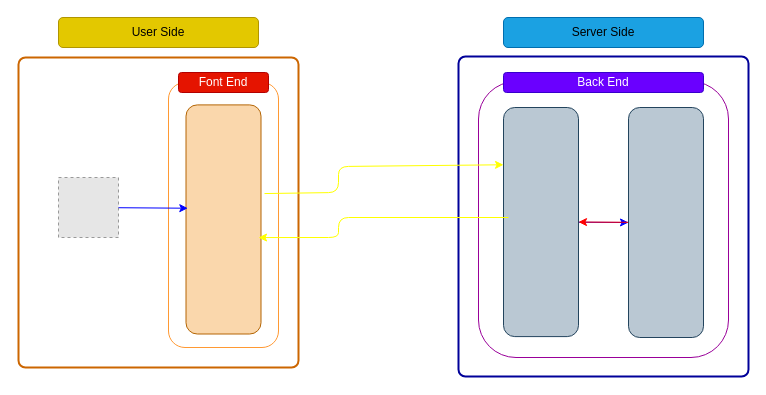
This is proposal/submission/sec01/stakeholder/diagram/system_archi.drawio from drshahizan/software-engineering, a draw.io file, before an edit. Source tidied: cells renumbered, new cells numbered last; positions are measured from the earlier drawing's top-left corner, leaving out a move shared by most shapes. Both pictures are drawn from the tidied source at 100%, with x=0, y=0 at pixel (18, 17). Pictures stored in the file or linked from it are replaced by grey dashed boxes.
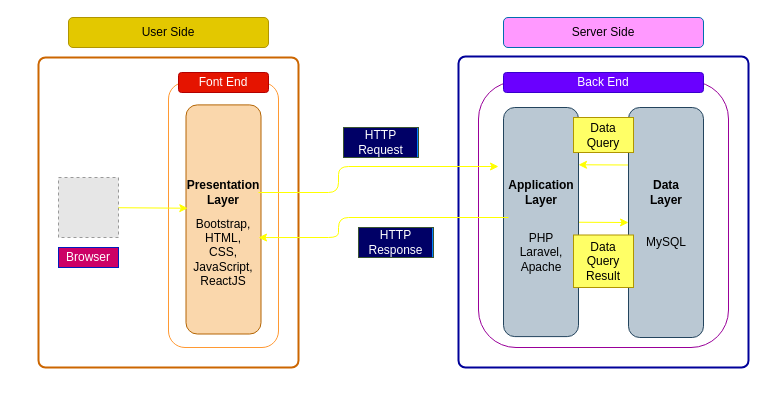
The same page after the edit.

Unchanged cells that the change refers to:
```xml
<mxCell id="3" style="fillColor=#E6E6E6;strokeColor=#999999;dashed=1;verticalLabelPosition=bottom;labelBackgroundColor=default;verticalAlign=top;" parent="1" vertex="1">
  <mxGeometry x="40" y="160" width="60" height="60" as="geometry" />
</mxCell>
<mxCell id="10" style="rounded=1;whiteSpace=wrap;html=1;fillColor=#bac8d3;strokeColor=#23445d;" parent="1" vertex="1">
  <mxGeometry x="485" y="90" width="75" height="229.1" as="geometry" />
</mxCell>
<mxCell id="12" style="rounded=1;whiteSpace=wrap;html=1;fillColor=#bac8d3;strokeColor=#23445d;" parent="1" vertex="1">
  <mxGeometry x="610" y="90" width="75" height="230" as="geometry" />
</mxCell>
```

Diff of the diagram source:
```diff
@@
     <mxCell id="2" style="rounded=1;whiteSpace=wrap;html=1;absoluteArcSize=1;arcSize=14;strokeWidth=2;fillColor=none;strokeColor=#CC6600;" parent="1" vertex="1">
-      <mxGeometry y="40" width="280" height="310" as="geometry" />
+      <mxGeometry x="20" y="40" width="260" height="310" as="geometry" />
     </mxCell>
@@
     <mxCell id="4" style="rounded=1;whiteSpace=wrap;html=1;absoluteArcSize=1;arcSize=14;strokeWidth=2;fillColor=none;strokeColor=#000099;" parent="1" vertex="1">
-      <mxGeometry x="440" y="39" width="290" height="320" as="geometry" />
+      <mxGeometry x="440" y="39" width="290" height="311" as="geometry" />
     </mxCell>
     <mxCell id="5" style="rounded=1;whiteSpace=wrap;html=1;strokeColor=#990099;" parent="1" vertex="1">
-      <mxGeometry x="460" y="64" width="250" height="276" as="geometry" />
+      <mxGeometry x="460" y="64" width="250" height="266" as="geometry" />
     </mxCell>
@@
-    <mxCell id="9" style="edgeStyle=none;html=1;entryX=0;entryY=0.5;entryDx=0;entryDy=0;strokeColor=#0000FF;fontColor=#000000;" parent="1" edge="1" source="10" target="12">
+    <mxCell id="9" style="edgeStyle=none;html=1;entryX=0;entryY=0.5;entryDx=0;entryDy=0;strokeColor=#FFFF00;fontColor=#000000;" parent="1" edge="1" source="10" target="12">
       <mxGeometry relative="1" as="geometry" />
     </mxCell>
@@
-    <mxCell id="11" style="edgeStyle=none;html=1;entryX=1;entryY=0.5;entryDx=0;entryDy=0;strokeColor=#FF0000;fontColor=#000000;" parent="1" edge="1" source="12" target="10">
+    <mxCell id="11" style="edgeStyle=none;html=1;entryX=1;entryY=0.25;entryDx=0;entryDy=0;strokeColor=#FFFF00;fontColor=#000000;exitX=0;exitY=0.25;exitDx=0;exitDy=0;" parent="1" edge="1" source="12" target="10">
       <mxGeometry relative="1" as="geometry" />
     </mxCell>
@@
-    <mxCell id="13" value="&lt;font color=&quot;#000000&quot;&gt;Server Side&lt;/font&gt;" style="rounded=1;whiteSpace=wrap;html=1;fillColor=#1ba1e2;strokeColor=#006EAF;fontColor=#ffffff;" parent="1" vertex="1">
+    <mxCell id="13" value="&lt;font&gt;Server Side&lt;/font&gt;" style="rounded=1;whiteSpace=wrap;html=1;fillColor=#FF99FF;strokeColor=#006EAF;fontColor=#000000;" parent="1" vertex="1">
       <mxGeometry x="485" width="200" height="30" as="geometry" />
     </mxCell>
     <mxCell id="14" value="User Side" style="rounded=1;whiteSpace=wrap;html=1;fillColor=#e3c800;strokeColor=#B09500;fontColor=#000000;" parent="1" vertex="1">
-      <mxGeometry x="40" width="200" height="30" as="geometry" />
+      <mxGeometry x="50" width="200" height="30" as="geometry" />
     </mxCell>
-    <mxCell id="15" style="rounded=1;whiteSpace=wrap;html=1;fillColor=#fad7ac;strokeColor=#b46504;" parent="1" vertex="1">
+    <mxCell id="15" value="&lt;font color=&quot;#000000&quot;&gt;&lt;br&gt;&lt;/font&gt;" style="rounded=1;whiteSpace=wrap;html=1;fillColor=#fad7ac;strokeColor=#b46504;" parent="1" vertex="1">
       <mxGeometry x="167.5" y="87.4" width="75" height="229.1" as="geometry" />
     </mxCell>
-    <mxCell id="16" style="edgeStyle=none;html=1;fontColor=#000000;entryX=0.024;entryY=0.451;entryDx=0;entryDy=0;entryPerimeter=0;strokeColor=#0000FF;" parent="1" edge="1" source="3" target="15">
+    <mxCell id="16" style="edgeStyle=none;html=1;fontColor=#000000;entryX=0.024;entryY=0.451;entryDx=0;entryDy=0;entryPerimeter=0;strokeColor=#FFFF00;" parent="1" edge="1" source="3" target="15">
       <mxGeometry relative="1" as="geometry" />
     </mxCell>
-    <mxCell id="17" style="endArrow=classic;html=1;entryX=0;entryY=0.25;entryDx=0;entryDy=0;exitX=1.047;exitY=0.387;exitDx=0;exitDy=0;exitPerimeter=0;strokeColor=#FFFF00;" parent="1" edge="1" source="15" target="10">
+    <mxCell id="17" style="endArrow=classic;html=1;strokeColor=#FFFF00;" parent="1" edge="1">
       <mxGeometry relative="1" as="geometry">
+        <mxPoint x="240" y="175" as="sourcePoint" />
+        <mxPoint x="480" y="149" as="targetPoint" />
         <Array as="points">
           <mxPoint x="320" y="175" />
           <mxPoint x="320" y="149" />
         </Array>
       </mxGeometry>
     </mxCell>
@@
+    <mxCell id="19" value="Browser" style="text;html=1;strokeColor=#001DBC;fillColor=#CC0066;align=center;verticalAlign=middle;whiteSpace=wrap;rounded=0;fontColor=#ffffff;" parent="1" vertex="1">
+      <mxGeometry x="40" y="230" width="60" height="20" as="geometry" />
+    </mxCell>
+    <mxCell id="20" value="HTTP Request" style="text;html=1;strokeColor=#3A5431;fillColor=#007FFF;align=center;verticalAlign=middle;whiteSpace=wrap;rounded=0;labelBackgroundColor=#000066;fontColor=#ffffff;" parent="1" vertex="1">
+      <mxGeometry x="325" y="110" width="75" height="30" as="geometry" />
+    </mxCell>
+    <mxCell id="21" value="HTTP Response" style="text;html=1;strokeColor=#3A5431;fillColor=#007FFF;align=center;verticalAlign=middle;whiteSpace=wrap;rounded=0;labelBackgroundColor=#000066;fontColor=#ffffff;" parent="1" vertex="1">
+      <mxGeometry x="340" y="210" width="75" height="30" as="geometry" />
+    </mxCell>
+    <mxCell id="22" value="&lt;b&gt;Presentation&lt;br&gt;Layer&lt;/b&gt;" style="text;html=1;strokeColor=none;fillColor=none;align=center;verticalAlign=middle;whiteSpace=wrap;rounded=0;labelBackgroundColor=none;fontColor=#000000;" parent="1" vertex="1">
+      <mxGeometry x="175" y="160" width="60" height="30" as="geometry" />
+    </mxCell>
+    <mxCell id="23" value="&lt;b&gt;Application&lt;br&gt;Layer&lt;/b&gt;" style="text;html=1;strokeColor=none;fillColor=none;align=center;verticalAlign=middle;whiteSpace=wrap;rounded=0;labelBackgroundColor=none;fontColor=#000000;" parent="1" vertex="1">
+      <mxGeometry x="492.5" y="160" width="60" height="30" as="geometry" />
+    </mxCell>
+    <mxCell id="24" value="&lt;b&gt;Data&lt;br&gt;Layer&lt;/b&gt;" style="text;html=1;strokeColor=none;fillColor=none;align=center;verticalAlign=middle;whiteSpace=wrap;rounded=0;labelBackgroundColor=none;fontColor=#000000;" parent="1" vertex="1">
+      <mxGeometry x="617.5" y="160" width="60" height="30" as="geometry" />
+    </mxCell>
+    <mxCell id="25" value="Bootstrap,&lt;br&gt;HTML,&lt;br&gt;CSS,&lt;br&gt;JavaScript,&lt;br&gt;ReactJS" style="text;html=1;strokeColor=none;fillColor=none;align=center;verticalAlign=middle;whiteSpace=wrap;rounded=0;labelBackgroundColor=none;fontColor=#000000;" parent="1" vertex="1">
+      <mxGeometry x="175" y="220" width="60" height="30" as="geometry" />
+    </mxCell>
+    <mxCell id="26" value="PHP Laravel,&lt;br&gt;Apache" style="text;html=1;strokeColor=none;fillColor=none;align=center;verticalAlign=middle;whiteSpace=wrap;rounded=0;labelBackgroundColor=none;fontColor=#000000;" parent="1" vertex="1">
+      <mxGeometry x="492.5" y="220" width="60" height="30" as="geometry" />
+    </mxCell>
+    <mxCell id="27" value="MySQL" style="text;html=1;strokeColor=none;fillColor=none;align=center;verticalAlign=middle;whiteSpace=wrap;rounded=0;labelBackgroundColor=none;fontColor=#000000;" parent="1" vertex="1">
+      <mxGeometry x="617.5" y="210" width="60" height="30" as="geometry" />
+    </mxCell>
+    <mxCell id="28" value="Data Query" style="text;html=1;strokeColor=#B09500;fillColor=#FFFF66;align=center;verticalAlign=middle;whiteSpace=wrap;rounded=0;fontColor=#000000;" parent="1" vertex="1">
+      <mxGeometry x="555" y="100" width="60" height="35" as="geometry" />
+    </mxCell>
+    <mxCell id="29" value="Data Query&lt;br&gt;Result" style="text;html=1;strokeColor=#B09500;fillColor=#FFFF66;align=center;verticalAlign=middle;whiteSpace=wrap;rounded=0;fontColor=#000000;" parent="1" vertex="1">
+      <mxGeometry x="555" y="217.5" width="60" height="52.5" as="geometry" />
+    </mxCell>
```
